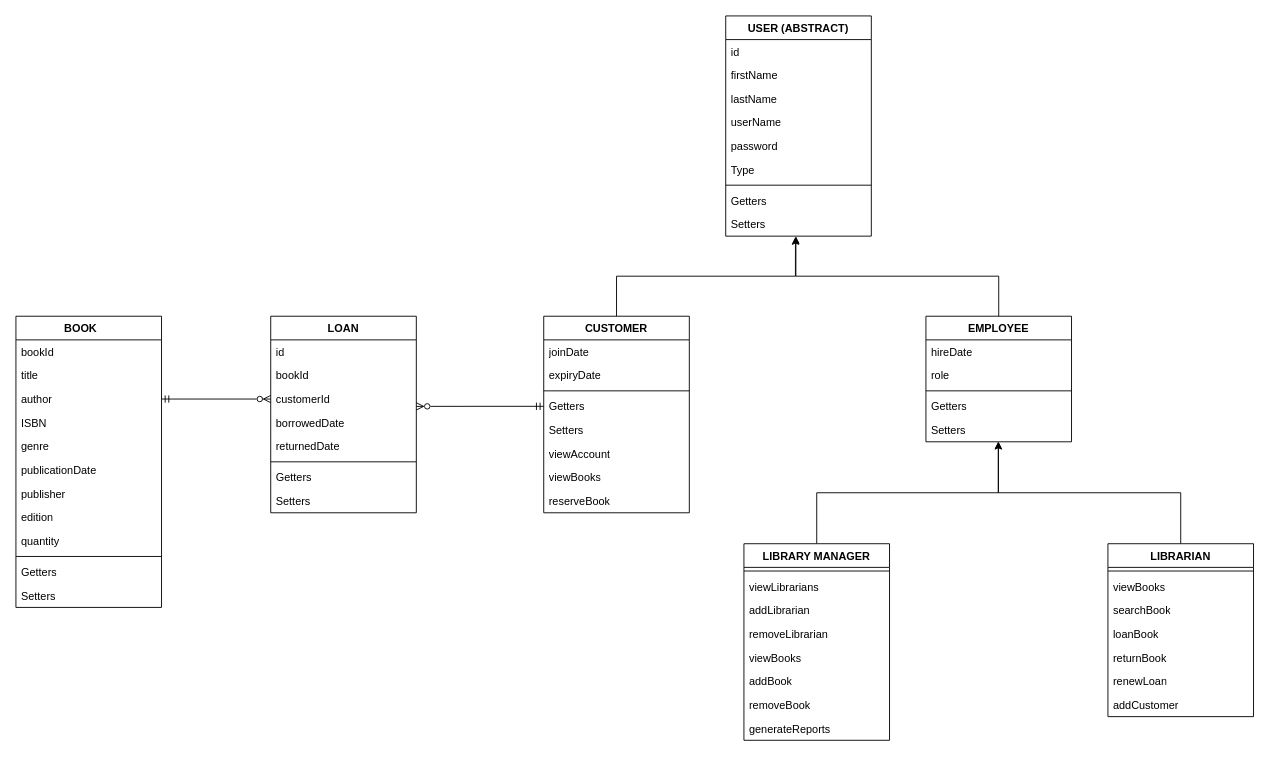
YazeedMo/ShelfSense keeps this draw.io diagram as Documentation/Application/MVCModel/Model/ClassDiagram.drawio. Above is the earlier version. Source tidied: cells renumbered, new cells numbered last; positions are measured from the earlier drawing's top-left corner, leaving out a move shared by most shapes. Both pictures are drawn from the tidied source at 91%, with x=0, y=0 at pixel (15, 15).
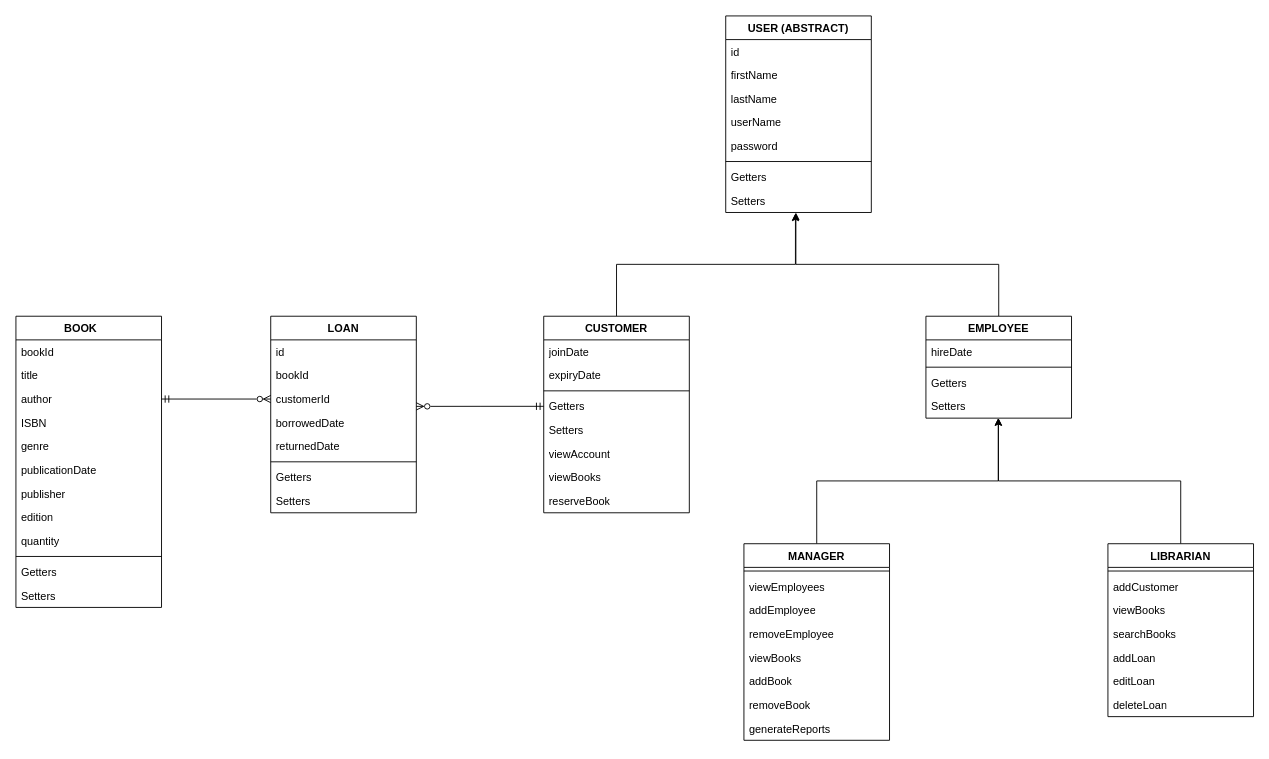
After the change.

Unchanged cells that the change refers to:
```xml
<mxCell id="62" value="LIBRARIAN" style="swimlane;fontStyle=1;align=center;verticalAlign=top;horizontal=1;startSize=26;whiteSpace=wrap;html=1;" parent="1" vertex="1">
  <mxGeometry x="1200" y="580" width="160" height="190" as="geometry" />
</mxCell>
```

Change to the diagram source:
```diff
@@
     <mxCell id="15" value="USER (ABSTRACT)" style="swimlane;fontStyle=1;align=center;verticalAlign=top;horizontal=1;startSize=26;whiteSpace=wrap;html=1;" parent="1" vertex="1">
-      <mxGeometry x="780" width="160" height="242" as="geometry" />
+      <mxGeometry x="780" width="160" height="216" as="geometry" />
     </mxCell>
@@
-    <mxCell id="21" value="Type" style="text;strokeColor=none;fillColor=none;align=left;verticalAlign=top;spacingLeft=4;spacingRight=4;overflow=hidden;whiteSpace=wrap;html=1;" parent="15" vertex="1">
-      <mxGeometry y="156" width="160" height="26" as="geometry" />
-    </mxCell>
     <mxCell id="22" style="line;strokeWidth=1;fillColor=none;align=left;verticalAlign=middle;spacingTop=-1;spacingLeft=3;spacingRight=3;labelPosition=right;strokeColor=inherit;" parent="15" vertex="1">
-      <mxGeometry y="182" width="160" height="8" as="geometry" />
+      <mxGeometry y="156" width="160" height="8" as="geometry" />
     </mxCell>
     <mxCell id="23" value="Getters" style="text;strokeColor=none;fillColor=none;align=left;verticalAlign=top;spacingLeft=4;spacingRight=4;overflow=hidden;whiteSpace=wrap;html=1;" parent="15" vertex="1">
-      <mxGeometry y="190" width="160" height="26" as="geometry" />
+      <mxGeometry y="164" width="160" height="26" as="geometry" />
     </mxCell>
     <mxCell id="24" value="Setters" style="text;strokeColor=none;fillColor=none;align=left;verticalAlign=top;spacingLeft=4;spacingRight=4;overflow=hidden;points=[[0,0.5],[1,0.5]];portConstraint=eastwest;whiteSpace=wrap;html=1;" parent="15" vertex="1">
-      <mxGeometry y="216" width="160" height="26" as="geometry" />
+      <mxGeometry y="190" width="160" height="26" as="geometry" />
     </mxCell>
@@
     <mxCell id="45" value="EMPLOYEE" style="swimlane;fontStyle=1;align=center;verticalAlign=top;horizontal=1;startSize=26;whiteSpace=wrap;html=1;" parent="1" vertex="1">
-      <mxGeometry x="1000" y="330" width="160" height="138" as="geometry" />
+      <mxGeometry x="1000" y="330" width="160" height="112" as="geometry" />
     </mxCell>
@@
-    <mxCell id="47" value="role" style="text;strokeColor=none;fillColor=none;align=left;verticalAlign=top;spacingLeft=4;spacingRight=4;overflow=hidden;whiteSpace=wrap;html=1;" parent="45" vertex="1">
-      <mxGeometry y="52" width="160" height="26" as="geometry" />
-    </mxCell>
     <mxCell id="48" style="line;strokeWidth=1;fillColor=none;align=left;verticalAlign=middle;spacingTop=-1;spacingLeft=3;spacingRight=3;labelPosition=right;strokeColor=inherit;" parent="45" vertex="1">
-      <mxGeometry y="78" width="160" height="8" as="geometry" />
+      <mxGeometry y="52" width="160" height="8" as="geometry" />
     </mxCell>
     <mxCell id="49" value="Getters" style="text;strokeColor=none;fillColor=none;align=left;verticalAlign=top;spacingLeft=4;spacingRight=4;overflow=hidden;whiteSpace=wrap;html=1;" parent="45" vertex="1">
-      <mxGeometry y="86" width="160" height="26" as="geometry" />
+      <mxGeometry y="60" width="160" height="26" as="geometry" />
     </mxCell>
     <mxCell id="50" value="Setters" style="text;strokeColor=none;fillColor=none;align=left;verticalAlign=top;spacingLeft=4;spacingRight=4;overflow=hidden;points=[[0,0.5],[1,0.5]];portConstraint=eastwest;whiteSpace=wrap;html=1;" parent="45" vertex="1">
-      <mxGeometry y="112" width="160" height="26" as="geometry" />
+      <mxGeometry y="86" width="160" height="26" as="geometry" />
     </mxCell>
@@
-    <mxCell id="52" value="LIBRARY MANAGER" style="swimlane;fontStyle=1;align=center;verticalAlign=top;horizontal=1;startSize=26;whiteSpace=wrap;html=1;" parent="1" vertex="1">
+    <mxCell id="52" value="MANAGER" style="swimlane;fontStyle=1;align=center;verticalAlign=top;horizontal=1;startSize=26;whiteSpace=wrap;html=1;" parent="1" vertex="1">
       <mxGeometry x="800" y="580" width="160" height="216" as="geometry" />
     </mxCell>
@@
-    <mxCell id="54" value="viewLibrarians" style="text;strokeColor=none;fillColor=none;align=left;verticalAlign=top;spacingLeft=4;spacingRight=4;overflow=hidden;whiteSpace=wrap;html=1;" parent="52" vertex="1">
+    <mxCell id="54" value="viewEmployees" style="text;strokeColor=none;fillColor=none;align=left;verticalAlign=top;spacingLeft=4;spacingRight=4;overflow=hidden;whiteSpace=wrap;html=1;" parent="52" vertex="1">
       <mxGeometry y="34" width="160" height="26" as="geometry" />
     </mxCell>
-    <mxCell id="55" value="addLibrarian" style="text;strokeColor=none;fillColor=none;align=left;verticalAlign=top;spacingLeft=4;spacingRight=4;overflow=hidden;whiteSpace=wrap;html=1;" parent="52" vertex="1">
+    <mxCell id="55" value="addEmployee" style="text;strokeColor=none;fillColor=none;align=left;verticalAlign=top;spacingLeft=4;spacingRight=4;overflow=hidden;whiteSpace=wrap;html=1;" parent="52" vertex="1">
       <mxGeometry y="60" width="160" height="26" as="geometry" />
     </mxCell>
-    <mxCell id="56" value="removeLibrarian" style="text;strokeColor=none;fillColor=none;align=left;verticalAlign=top;spacingLeft=4;spacingRight=4;overflow=hidden;whiteSpace=wrap;html=1;" parent="52" vertex="1">
+    <mxCell id="56" value="removeEmployee" style="text;strokeColor=none;fillColor=none;align=left;verticalAlign=top;spacingLeft=4;spacingRight=4;overflow=hidden;whiteSpace=wrap;html=1;" parent="52" vertex="1">
       <mxGeometry y="86" width="160" height="26" as="geometry" />
     </mxCell>
@@
-    <mxCell id="64" value="viewBooks" style="text;strokeColor=none;fillColor=none;align=left;verticalAlign=top;spacingLeft=4;spacingRight=4;overflow=hidden;whiteSpace=wrap;html=1;" parent="62" vertex="1">
+    <mxCell id="64" value="addCustomer" style="text;strokeColor=none;fillColor=none;align=left;verticalAlign=top;spacingLeft=4;spacingRight=4;overflow=hidden;whiteSpace=wrap;html=1;" parent="62" vertex="1">
       <mxGeometry y="34" width="160" height="26" as="geometry" />
     </mxCell>
-    <mxCell id="65" value="searchBook" style="text;strokeColor=none;fillColor=none;align=left;verticalAlign=top;spacingLeft=4;spacingRight=4;overflow=hidden;whiteSpace=wrap;html=1;" parent="62" vertex="1">
-      <mxGeometry y="60" width="160" height="26" as="geometry" />
-    </mxCell>
-    <mxCell id="66" value="loanBook" style="text;strokeColor=none;fillColor=none;align=left;verticalAlign=top;spacingLeft=4;spacingRight=4;overflow=hidden;whiteSpace=wrap;html=1;" parent="62" vertex="1">
-      <mxGeometry y="86" width="160" height="26" as="geometry" />
+    <mxCell id="66" value="viewBooks" style="text;strokeColor=none;fillColor=none;align=left;verticalAlign=top;spacingLeft=4;spacingRight=4;overflow=hidden;whiteSpace=wrap;html=1;" parent="62" vertex="1">
+      <mxGeometry y="60" width="160" height="26" as="geometry" />
     </mxCell>
-    <mxCell id="67" value="returnBook" style="text;strokeColor=none;fillColor=none;align=left;verticalAlign=top;spacingLeft=4;spacingRight=4;overflow=hidden;whiteSpace=wrap;html=1;" parent="62" vertex="1">
-      <mxGeometry y="112" width="160" height="26" as="geometry" />
+    <mxCell id="67" value="searchBooks" style="text;strokeColor=none;fillColor=none;align=left;verticalAlign=top;spacingLeft=4;spacingRight=4;overflow=hidden;whiteSpace=wrap;html=1;" parent="62" vertex="1">
+      <mxGeometry y="86" width="160" height="26" as="geometry" />
     </mxCell>
-    <mxCell id="68" value="renewLoan" style="text;strokeColor=none;fillColor=none;align=left;verticalAlign=top;spacingLeft=4;spacingRight=4;overflow=hidden;whiteSpace=wrap;html=1;" parent="62" vertex="1">
-      <mxGeometry y="138" width="160" height="26" as="geometry" />
+    <mxCell id="68" value="addLoan" style="text;strokeColor=none;fillColor=none;align=left;verticalAlign=top;spacingLeft=4;spacingRight=4;overflow=hidden;whiteSpace=wrap;html=1;" parent="62" vertex="1">
+      <mxGeometry y="112" width="160" height="26" as="geometry" />
     </mxCell>
-    <mxCell id="69" value="addCustomer" style="text;strokeColor=none;fillColor=none;align=left;verticalAlign=top;spacingLeft=4;spacingRight=4;overflow=hidden;whiteSpace=wrap;html=1;" parent="62" vertex="1">
-      <mxGeometry y="164" width="160" height="26" as="geometry" />
+    <mxCell id="69" value="editLoan" style="text;strokeColor=none;fillColor=none;align=left;verticalAlign=top;spacingLeft=4;spacingRight=4;overflow=hidden;whiteSpace=wrap;html=1;" parent="62" vertex="1">
+      <mxGeometry y="138" width="160" height="26" as="geometry" />
     </mxCell>
+    <mxCell id="72" value="deleteLoan" style="text;strokeColor=none;fillColor=none;align=left;verticalAlign=top;spacingLeft=4;spacingRight=4;overflow=hidden;whiteSpace=wrap;html=1;" parent="62" vertex="1">
+      <mxGeometry y="164" width="160" height="26" as="geometry" />
+    </mxCell>
```
